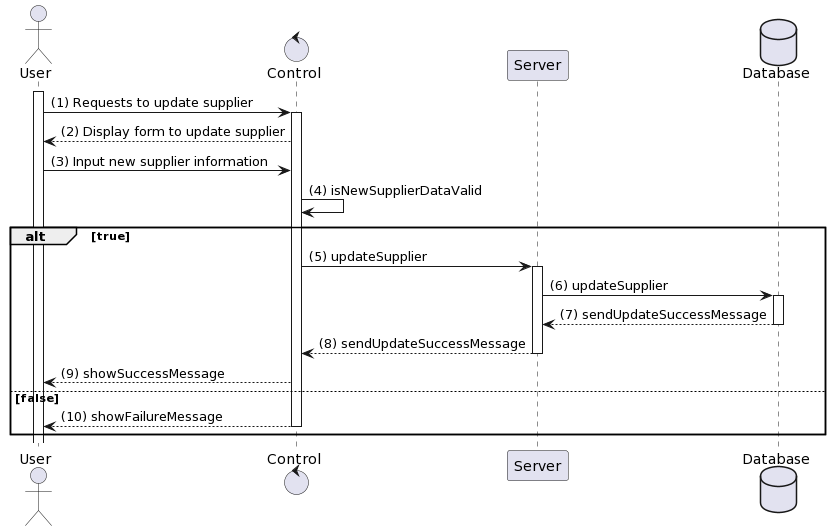
This is Lab 1/Lab 1.2/sequence_diagram/supplier_management/update_supplier.png from H1eu69/SE357-Pratice-class, a PlantUML export, as it was before one commit. Source of this version:
```plantuml
@startuml
actor User
control "Control" as C
participant "Server" as S
database Database

activate User
User -> C: (1) Requests to update supplier
activate C
C --> User: (2) Display form to update supplier
User -> C: (3) Input new supplier information
C -> C: (4) isNewSupplierDataValid
alt true
    C -> S: (5) updateSupplier
    activate S
    S -> Database: (6) updateSupplier
    activate Database
    Database --> S: (7) sendUpdateSuccessMessage
    deactivate Database
    S --> C: (8) sendUpdateSuccessMessage
    deactivate S
    C --> User: (9) showSuccessMessage
else false
    C --> User: (10) showFailureMessage
    deactivate C
end
deactivate C
@enduml
```
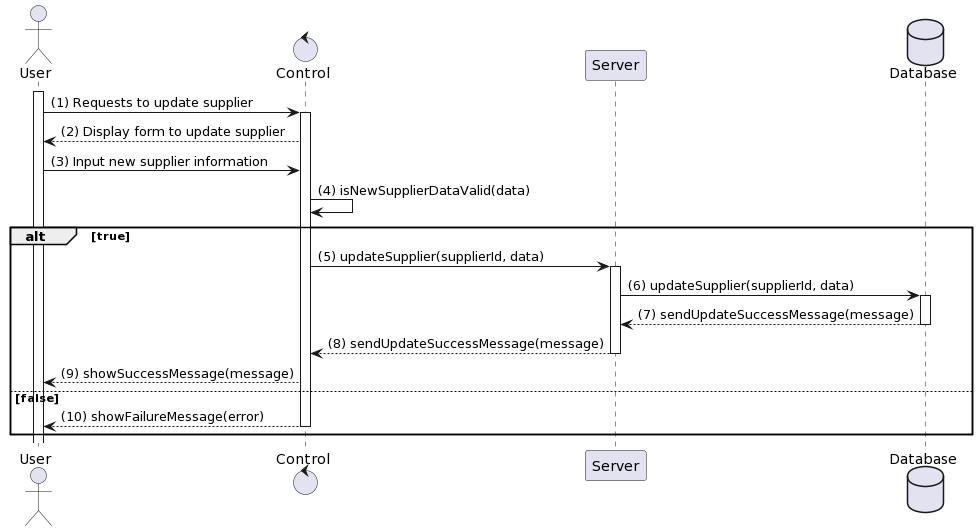
After the commit.

What changed in the source:
```diff
@@ -9,19 +9,19 @@
 activate C
 C --> User: (2) Display form to update supplier
 User -> C: (3) Input new supplier information
-C -> C: (4) isNewSupplierDataValid
+C -> C: (4) isNewSupplierDataValid(data)
 alt true
-    C -> S: (5) updateSupplier
+    C -> S: (5) updateSupplier(supplierId, data)
     activate S
-    S -> Database: (6) updateSupplier
+    S -> Database: (6) updateSupplier(supplierId, data)
     activate Database
-    Database --> S: (7) sendUpdateSuccessMessage
+    Database --> S: (7) sendUpdateSuccessMessage(message)
     deactivate Database
-    S --> C: (8) sendUpdateSuccessMessage
+    S --> C: (8) sendUpdateSuccessMessage(message)
     deactivate S
-    C --> User: (9) showSuccessMessage
+    C --> User: (9) showSuccessMessage(message)
 else false
-    C --> User: (10) showFailureMessage
+    C --> User: (10) showFailureMessage(error)
     deactivate C
 end
 deactivate C
```
